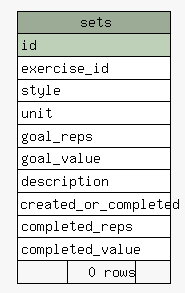
Earlier version of the Graphviz export dbDocs/diagrams/summary/sets.1degree.png (btv/DED_backend). Its source is kept beside it as dbDocs/diagrams/summary/sets.1degree.dot.
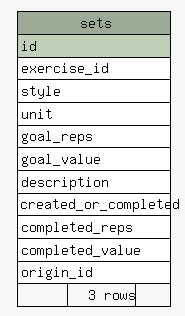
The same diagram one commit later.

Change to the diagram source:
```diff
@@ -29,7 +29,8 @@
       <TR><TD PORT="created_or_completed" COLSPAN="3" ALIGN="LEFT">created_or_completed</TD></TR>
       <TR><TD PORT="completed_reps" COLSPAN="3" ALIGN="LEFT">completed_reps</TD></TR>
       <TR><TD PORT="completed_value" COLSPAN="3" ALIGN="LEFT">completed_value</TD></TR>
-      <TR><TD ALIGN="LEFT" BGCOLOR="#f7f7f7">  </TD><TD ALIGN="RIGHT" BGCOLOR="#f7f7f7">0 rows</TD><TD ALIGN="RIGHT" BGCOLOR="#f7f7f7">  </TD></TR>
+      <TR><TD PORT="origin_id" COLSPAN="3" ALIGN="LEFT">origin_id</TD></TR>
+      <TR><TD ALIGN="LEFT" BGCOLOR="#f7f7f7">  </TD><TD ALIGN="RIGHT" BGCOLOR="#f7f7f7">3 rows</TD><TD ALIGN="RIGHT" BGCOLOR="#f7f7f7">  </TD></TR>
     </TABLE>>
     URL="tables/sets.html"
     tooltip="sets"
```
